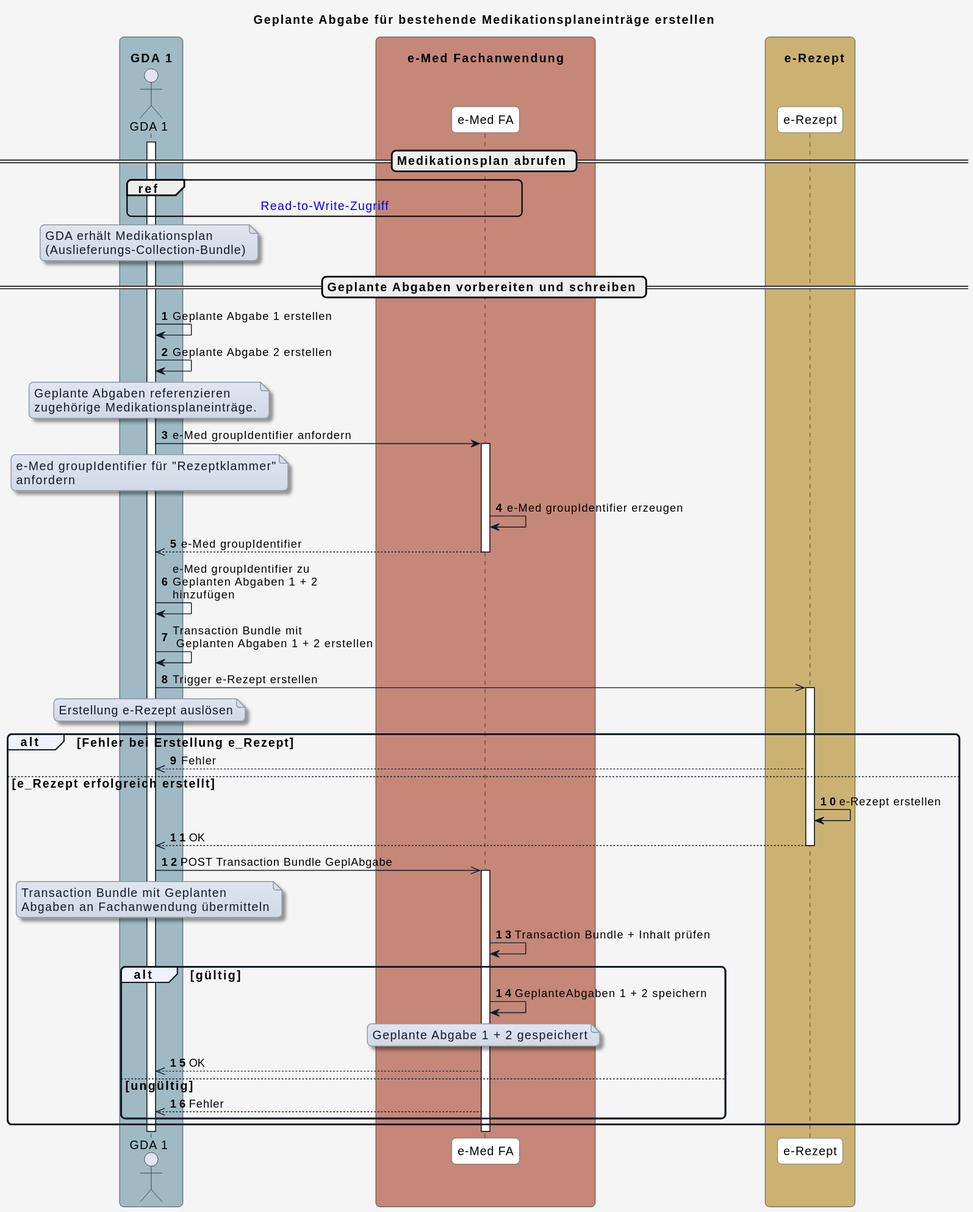
HL7Austria/ELGA-e-Medikation-R4 keeps this PlantUML diagram as input/images/plantuml/UC_eMed_08_01.svg. Above is the earlier version.
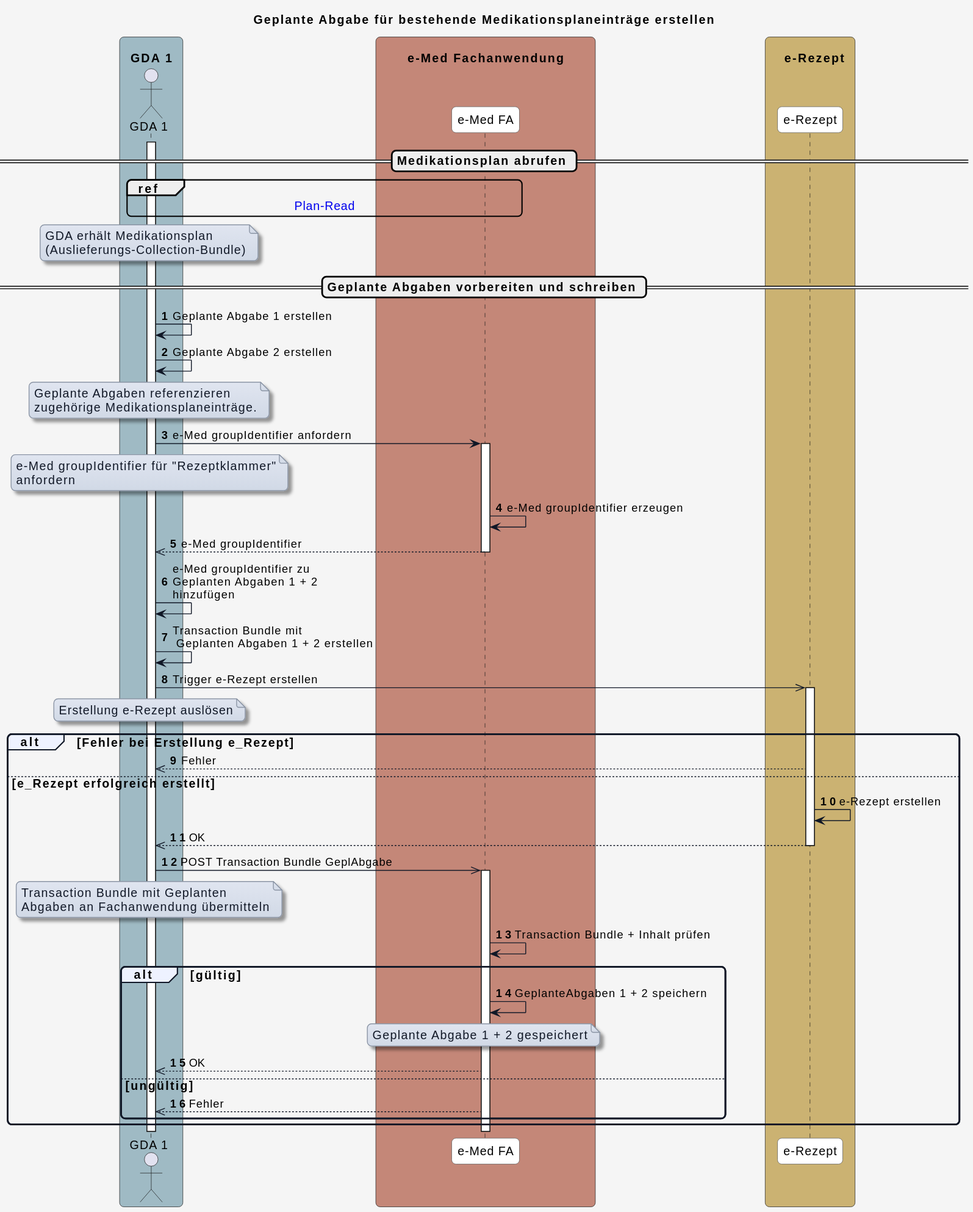
After the commit.

The edit, as a diff of the source:
```diff
@@ -57,7 +57,7 @@
 == Medikationsplan abrufen ==
 
 activate GDA_1
-ref over GDA_1, eMed_FA : [[interactions.html#sequenzdiagramm-read-to-write-zugriff Read-to-Write-Zugriff]]
+ref over GDA_1, eMed_FA : [[interactions.html#sequenzdiagramm-plan-read Plan-Read]]
 
 
 note over GDA_1
```
